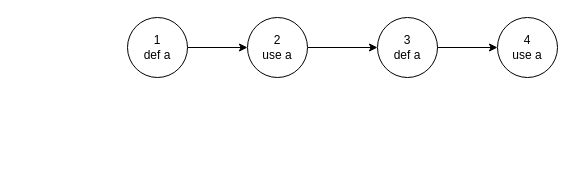
Before: flow_data5.drawio in petkapou/DIP_diagrams, a draw.io diagram. Source tidied: cells renumbered, new cells numbered last; positions are measured from the earlier drawing's top-left corner, leaving out a move shared by most shapes. Both pictures are drawn from the tidied source at 100%, with x=0, y=0 at pixel (127, 17).
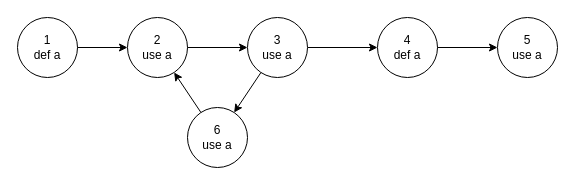
The same page after the edit.

Diff of the diagram source:
```diff
@@
 <mxGraphModel>
   <root>
     <mxCell id="0" />
     <mxCell id="1" parent="0" />
-    <mxCell id="2" value="1&lt;br&gt;def a" style="ellipse;whiteSpace=wrap;html=1;" parent="1" vertex="1">
+    <mxCell id="2" value="2&lt;br&gt;use a" style="ellipse;whiteSpace=wrap;html=1;" parent="1" vertex="1">
       <mxGeometry width="60" height="60" as="geometry" />
     </mxCell>
-    <mxCell id="3" value="4&lt;br&gt;use a" style="ellipse;whiteSpace=wrap;html=1;" parent="1" vertex="1">
+    <mxCell id="3" value="5&lt;br&gt;use a" style="ellipse;whiteSpace=wrap;html=1;" parent="1" vertex="1">
       <mxGeometry x="370" width="60" height="60" as="geometry" />
     </mxCell>
     <mxCell id="4" style="endArrow=classic;html=1;rounded=0;" parent="1" edge="1" source="8" target="5">
       <mxGeometry relative="1" as="geometry" />
     </mxCell>
-    <mxCell id="5" value="3&lt;br&gt;def a" style="ellipse;whiteSpace=wrap;html=1;" parent="1" vertex="1">
+    <mxCell id="5" value="4&lt;br&gt;def a" style="ellipse;whiteSpace=wrap;html=1;" parent="1" vertex="1">
       <mxGeometry x="250" width="60" height="60" as="geometry" />
     </mxCell>
     <mxCell id="6" style="endArrow=classic;html=1;rounded=0;" parent="1" edge="1" source="5" target="3">
       <mxGeometry relative="1" as="geometry" />
     </mxCell>
     <mxCell id="7" style="endArrow=classic;html=1;rounded=0;" parent="1" edge="1" source="2" target="8">
       <mxGeometry relative="1" as="geometry" />
     </mxCell>
-    <mxCell id="8" value="2&lt;br&gt;use a" style="ellipse;whiteSpace=wrap;html=1;" parent="1" vertex="1">
+    <mxCell id="8" value="3&lt;br&gt;use a" style="ellipse;whiteSpace=wrap;html=1;" parent="1" vertex="1">
       <mxGeometry x="120" width="60" height="60" as="geometry" />
     </mxCell>
+    <mxCell id="9" value="6&lt;br&gt;use a" style="ellipse;whiteSpace=wrap;html=1;" parent="1" vertex="1">
+      <mxGeometry x="60" y="90" width="60" height="60" as="geometry" />
+    </mxCell>
+    <mxCell id="10" style="endArrow=classic;html=1;rounded=0;" parent="1" edge="1" source="8" target="9">
+      <mxGeometry relative="1" as="geometry" />
+    </mxCell>
+    <mxCell id="11" style="endArrow=classic;html=1;rounded=0;" parent="1" edge="1" source="9" target="2">
+      <mxGeometry relative="1" as="geometry" />
+    </mxCell>
+    <mxCell id="12" value="1&lt;br&gt;def a" style="ellipse;whiteSpace=wrap;html=1;" parent="1" vertex="1">
+      <mxGeometry x="-110" width="60" height="60" as="geometry" />
+    </mxCell>
+    <mxCell id="13" style="endArrow=classic;html=1;rounded=0;" parent="1" edge="1" source="12" target="2">
+      <mxGeometry relative="1" as="geometry" />
+    </mxCell>
   </root>
 </mxGraphModel>
```
